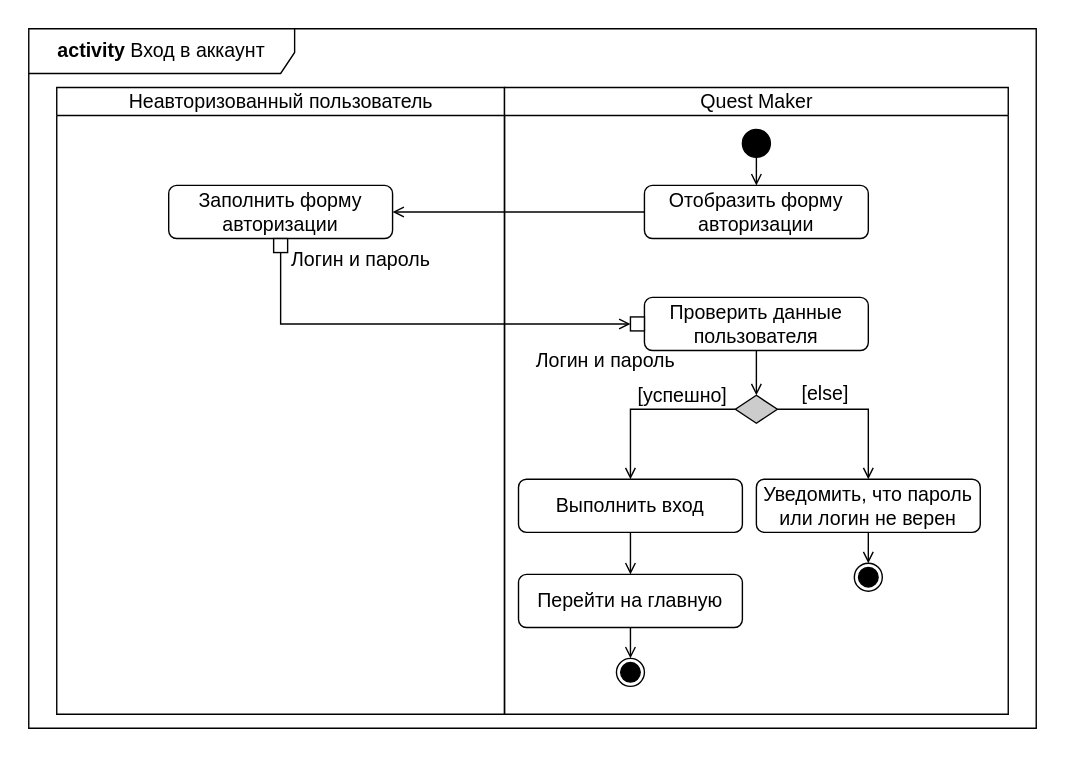
Before: uml/activity/Диаграмма деятельности (Войти в аккаунт).drawio.svg, a diagram exported from draw.io (Quest-maker-team/Docs). Source tidied: cells renumbered, new cells last; positions are measured from the earlier drawing's top-left corner, leaving out a move shared by most shapes.
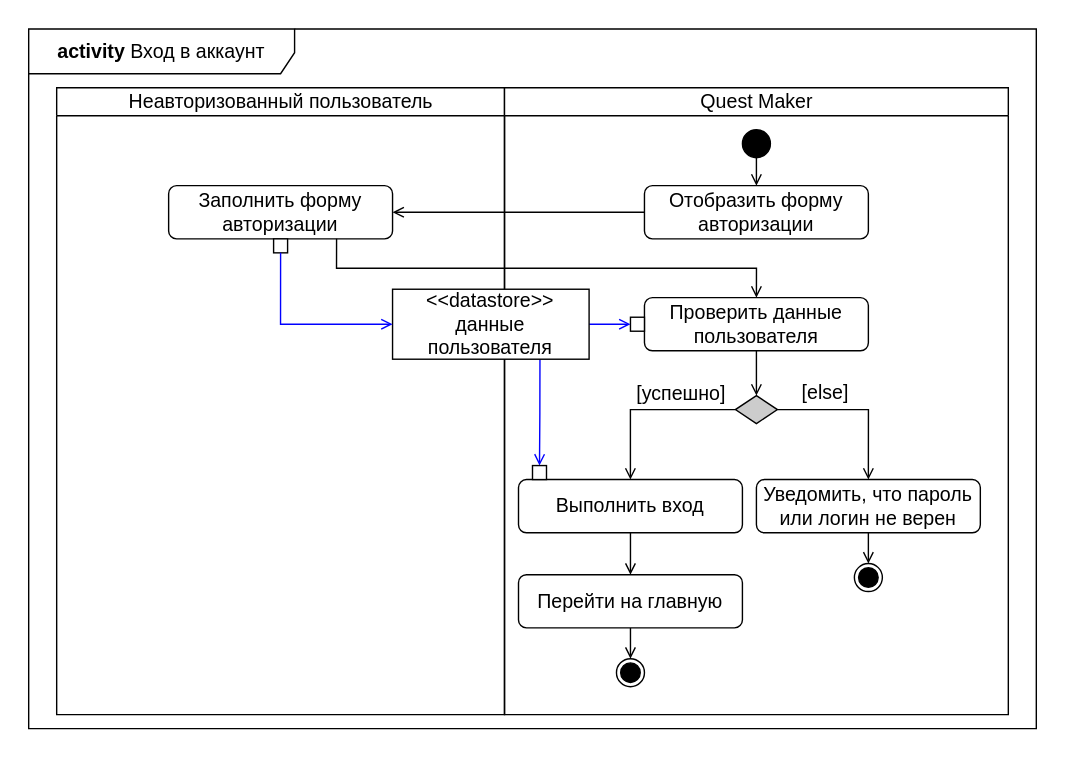
After the change.

What changed in the source:
```diff
@@ -11,9 +11,6 @@
     <mxCell id="4" style="whiteSpace=wrap;html=1;fontFamily=Helvetica;fontSize=11;fontColor=default;" parent="2" vertex="1">
       <mxGeometry x="155" y="108" width="10" height="10" as="geometry" />
     </mxCell>
-    <mxCell id="5" value="&lt;font style=&quot;font-size: 14px;&quot;&gt;Логин и пароль&lt;/font&gt;" style="text;html=1;strokeColor=none;fillColor=none;align=center;verticalAlign=middle;whiteSpace=wrap;rounded=0;fontSize=11;fontFamily=Helvetica;fontColor=default;" parent="2" vertex="1">
-      <mxGeometry x="165" y="108" width="105" height="30" as="geometry" />
-    </mxCell>
     <mxCell id="6" value="&lt;span style=&quot;font-weight: normal;&quot;&gt;&lt;font style=&quot;font-size: 14px;&quot;&gt;Quest Maker&lt;/font&gt;&lt;/span&gt;" style="swimlane;startSize=20;html=1;" parent="1" vertex="1">
       <mxGeometry x="340" y="42" width="360" height="448" as="geometry" />
     </mxCell>
@@ -46,9 +43,6 @@
     <mxCell id="15" style="whiteSpace=wrap;html=1;fontFamily=Helvetica;fontSize=11;fontColor=default;" parent="6" vertex="1">
       <mxGeometry x="90" y="164" width="10" height="10" as="geometry" />
     </mxCell>
-    <mxCell id="16" value="&lt;font style=&quot;font-size: 14px;&quot;&gt;Логин и пароль&lt;/font&gt;" style="text;html=1;strokeColor=none;fillColor=none;align=center;verticalAlign=middle;whiteSpace=wrap;rounded=0;fontSize=11;fontFamily=Helvetica;fontColor=default;" parent="6" vertex="1">
-      <mxGeometry x="20" y="180" width="105" height="30" as="geometry" />
-    </mxCell>
     <mxCell id="17" style="edgeStyle=orthogonalEdgeStyle;shape=connector;rounded=0;jettySize=auto;html=1;exitX=1;exitY=0.5;exitDx=0;exitDy=0;entryX=0.5;entryY=0;entryDx=0;entryDy=0;labelBackgroundColor=default;strokeColor=default;align=center;verticalAlign=middle;fontFamily=Helvetica;fontSize=11;fontColor=default;endArrow=open;endFill=0;" parent="6" edge="1" source="14" target="19">
       <mxGeometry relative="1" as="geometry" />
     </mxCell>
@@ -75,7 +69,7 @@
     <mxCell id="24" style="edgeStyle=orthogonalEdgeStyle;rounded=0;jettySize=auto;html=1;exitX=0;exitY=0.5;exitDx=0;exitDy=0;entryX=1;entryY=0.5;entryDx=0;entryDy=0;endArrow=open;endFill=0;" parent="1" edge="1" source="8" target="3">
       <mxGeometry relative="1" as="geometry" />
     </mxCell>
-    <mxCell id="25" style="edgeStyle=orthogonalEdgeStyle;shape=connector;rounded=0;jettySize=auto;html=1;exitX=0.5;exitY=1;exitDx=0;exitDy=0;labelBackgroundColor=default;strokeColor=default;align=center;verticalAlign=middle;fontFamily=Helvetica;fontSize=11;fontColor=default;endArrow=open;endFill=0;entryX=0;entryY=0.5;entryDx=0;entryDy=0;" parent="1" edge="1" source="4" target="15">
+    <mxCell id="25" style="edgeStyle=orthogonalEdgeStyle;shape=connector;rounded=0;jettySize=auto;html=1;exitX=1;exitY=0.5;exitDx=0;exitDy=0;labelBackgroundColor=default;strokeColor=#0000FF;align=center;verticalAlign=middle;fontFamily=Helvetica;fontSize=11;fontColor=default;endArrow=open;endFill=0;entryX=0;entryY=0.5;entryDx=0;entryDy=0;" parent="1" edge="1" source="33" target="15">
       <mxGeometry relative="1" as="geometry" />
     </mxCell>
     <mxCell id="26" value="&lt;font style=&quot;font-size: 14px;&quot;&gt;&lt;b&gt;activity&lt;/b&gt; Вход в аккаунт&lt;/font&gt;" style="shape=umlFrame;whiteSpace=wrap;html=1;width=190;fontFamily=Helvetica;fontSize=11;fontColor=default;height=32;" parent="1" vertex="1">
@@ -93,8 +87,23 @@
     <mxCell id="30" value="&lt;font style=&quot;font-size: 14px;&quot;&gt;Перейти на главную&lt;/font&gt;" style="rounded=1;whiteSpace=wrap;html=1;fontFamily=Helvetica;fontSize=11;fontColor=default;" parent="26" vertex="1">
       <mxGeometry x="350" y="390" width="160" height="38" as="geometry" />
     </mxCell>
+    <mxCell id="32" style="edgeStyle=orthogonalEdgeStyle;rounded=0;jettySize=auto;html=1;exitX=0.75;exitY=1;exitDx=0;exitDy=0;entryX=0.5;entryY=0;entryDx=0;entryDy=0;endArrow=open;endFill=0;strokeColor=#0000FF;" parent="26" edge="1" source="33" target="34">
+      <mxGeometry relative="1" as="geometry" />
+    </mxCell>
+    <mxCell id="33" value="&lt;font style=&quot;&quot;&gt;&lt;span style=&quot;font-size: 14px;&quot;&gt;&amp;lt;&amp;lt;datastore&amp;gt;&amp;gt;&lt;/span&gt;&lt;br&gt;&lt;/font&gt;&lt;span style=&quot;font-size: 14px;&quot;&gt;данные пользователя&lt;/span&gt;" style="rounded=0;whiteSpace=wrap;html=1;fontFamily=Helvetica;fontSize=11;fontColor=default;" parent="26" vertex="1">
+      <mxGeometry x="260" y="186" width="140.4" height="50" as="geometry" />
+    </mxCell>
+    <mxCell id="34" style="whiteSpace=wrap;html=1;fontFamily=Helvetica;fontSize=11;fontColor=default;" parent="26" vertex="1">
+      <mxGeometry x="360" y="312" width="10" height="10" as="geometry" />
+    </mxCell>
     <mxCell id="31" style="edgeStyle=orthogonalEdgeStyle;shape=connector;rounded=0;jettySize=auto;html=1;exitX=0.5;exitY=1;exitDx=0;exitDy=0;entryX=0.5;entryY=0;entryDx=0;entryDy=0;labelBackgroundColor=default;strokeColor=default;align=center;verticalAlign=middle;fontFamily=Helvetica;fontSize=11;fontColor=default;endArrow=open;endFill=0;" parent="1" edge="1" source="23" target="30">
       <mxGeometry relative="1" as="geometry" />
     </mxCell>
+    <mxCell id="35" style="edgeStyle=orthogonalEdgeStyle;shape=connector;rounded=0;jettySize=auto;html=1;exitX=0.5;exitY=1;exitDx=0;exitDy=0;labelBackgroundColor=default;strokeColor=#0000FF;align=center;verticalAlign=middle;fontFamily=Helvetica;fontSize=11;fontColor=default;endArrow=open;endFill=0;entryX=0;entryY=0.5;entryDx=0;entryDy=0;" parent="1" edge="1" source="4" target="33">
+      <mxGeometry relative="1" as="geometry" />
+    </mxCell>
+    <mxCell id="36" style="edgeStyle=orthogonalEdgeStyle;rounded=0;jettySize=auto;html=1;exitX=0.75;exitY=1;exitDx=0;exitDy=0;entryX=0.5;entryY=0;entryDx=0;entryDy=0;endArrow=open;endFill=0;" parent="1" edge="1" source="3" target="11">
+      <mxGeometry relative="1" as="geometry" />
+    </mxCell>
   </root>
 </mxGraphModel>
```
